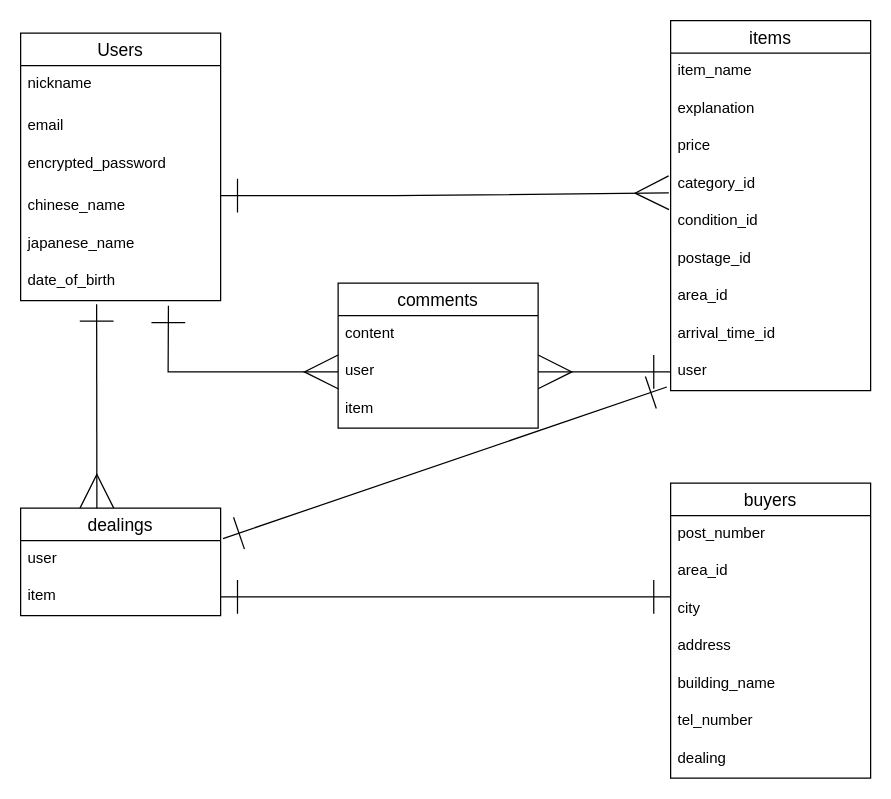
Above: furima.dio in kenken-1275/furima-38294 (draw.io), before the change. Source tidied: cells renumbered, new cells numbered last; positions are measured from the earlier drawing's top-left corner, leaving out a move shared by most shapes. Both pictures are drawn from the tidied source at 125%, with x=0, y=0 at pixel (20, 20).
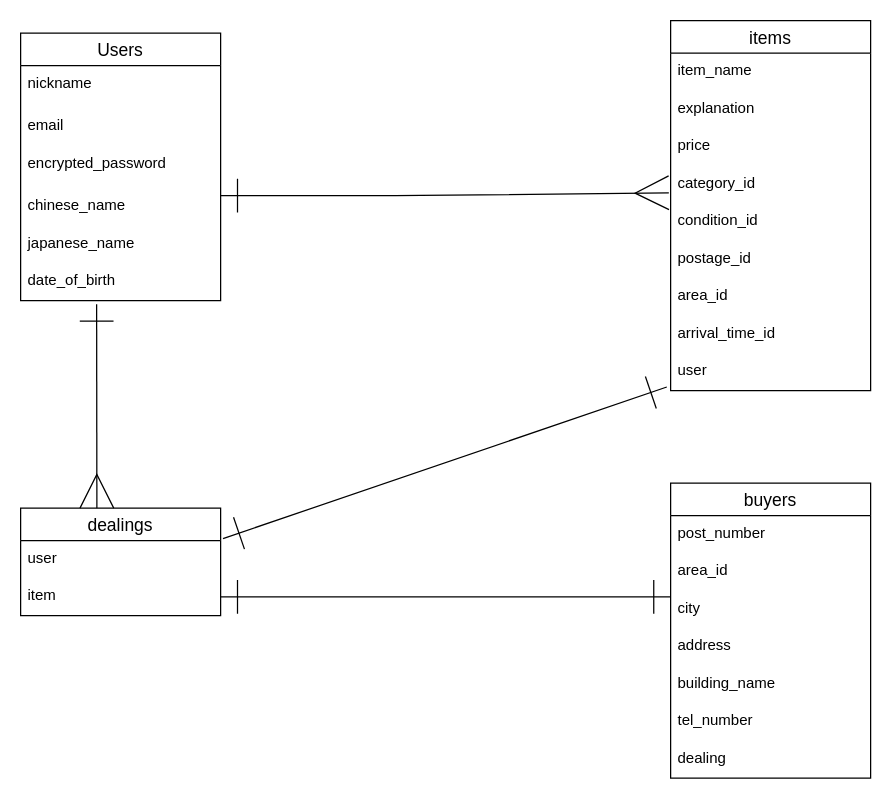
After the change.

Commit message (it also covers changes not shown here):
テーブル設計の変更

The change refers to these unchanged cells:
```xml
<mxCell id="8" value="date_of_birth" style="text;strokeColor=none;fillColor=none;spacingLeft=4;spacingRight=4;overflow=hidden;points=[[0,0.5],[1,0.5]];portConstraint=eastwest;fontSize=12;" parent="2" vertex="1">
  <mxGeometry y="184" width="160" height="30" as="geometry" />
</mxCell>
```

Diff of the diagram source:
```diff
@@
-    <mxCell id="20" value="comments" style="swimlane;fontStyle=0;horizontal=1;startSize=26;align=center;fontSize=14;" parent="1" vertex="1">
-      <mxGeometry x="254" y="210" width="160" height="116" as="geometry" />
-    </mxCell>
-    <mxCell id="21" value="content" style="text;strokeColor=none;fillColor=none;spacingLeft=4;spacingRight=4;overflow=hidden;fontSize=12;" parent="20" vertex="1">
-      <mxGeometry y="26" width="160" height="30" as="geometry" />
-    </mxCell>
-    <mxCell id="22" value="user" style="text;strokeColor=none;fillColor=none;spacingLeft=4;spacingRight=4;overflow=hidden;points=[[0,0.5],[1,0.5]];portConstraint=eastwest;fontSize=12;" parent="20" vertex="1">
-      <mxGeometry y="56" width="160" height="30" as="geometry" />
-    </mxCell>
-    <mxCell id="23" value="item" style="text;strokeColor=none;fillColor=none;spacingLeft=4;spacingRight=4;overflow=hidden;fontSize=12;" parent="20" vertex="1">
-      <mxGeometry y="86" width="160" height="30" as="geometry" />
-    </mxCell>
-    <mxCell id="24" style="endArrow=ERone;html=1;rounded=0;startSize=25;endSize=25;strokeWidth=1;entryX=0;entryY=0.5;entryDx=0;entryDy=0;startArrow=ERmany;startFill=0;endFill=0;exitX=1;exitY=0.5;exitDx=0;exitDy=0;" parent="1" edge="1" source="22">
-      <mxGeometry relative="1" as="geometry">
-        <mxPoint x="520" y="281" as="targetPoint" />
-      </mxGeometry>
-    </mxCell>
-    <mxCell id="25" style="endArrow=ERmany;html=1;rounded=0;startSize=25;endSize=25;strokeWidth=1;exitX=0.739;exitY=1.137;exitDx=0;exitDy=0;exitPerimeter=0;entryX=0;entryY=0.5;entryDx=0;entryDy=0;startArrow=ERone;startFill=0;endFill=0;" parent="1" edge="1" source="8" target="22">
-      <mxGeometry relative="1" as="geometry">
-        <Array as="points">
-          <mxPoint x="118" y="281" />
-        </Array>
-      </mxGeometry>
-    </mxCell>
```
